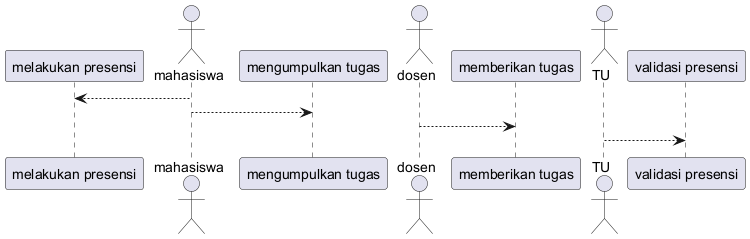
AgileRE-2024/UCaseGenerator keeps this PlantUML diagram as webapp/tools/use_case_diagram.png. Above is the earlier version. Source of this version:
```plantuml
@startuml
actor "mahasiswa" as mahasiswa
mahasiswa --> "melakukan presensi"
actor "mahasiswa" as mahasiswa
mahasiswa --> "mengumpulkan tugas"
actor "dosen" as dosen
dosen --> "memberikan tugas"
actor "TU" as TU
TU --> "validasi presensi"
@enduml
```
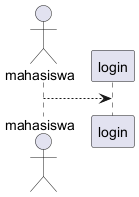
The same file after the commit.

Change to the diagram source:
```diff
@@ -1,10 +1,4 @@
 @startuml
 actor "mahasiswa" as mahasiswa
-mahasiswa --> "melakukan presensi"
-actor "mahasiswa" as mahasiswa
-mahasiswa --> "mengumpulkan tugas"
-actor "dosen" as dosen
-dosen --> "memberikan tugas"
-actor "TU" as TU
-TU --> "validasi presensi"
+mahasiswa --> "login"
 @enduml
```
